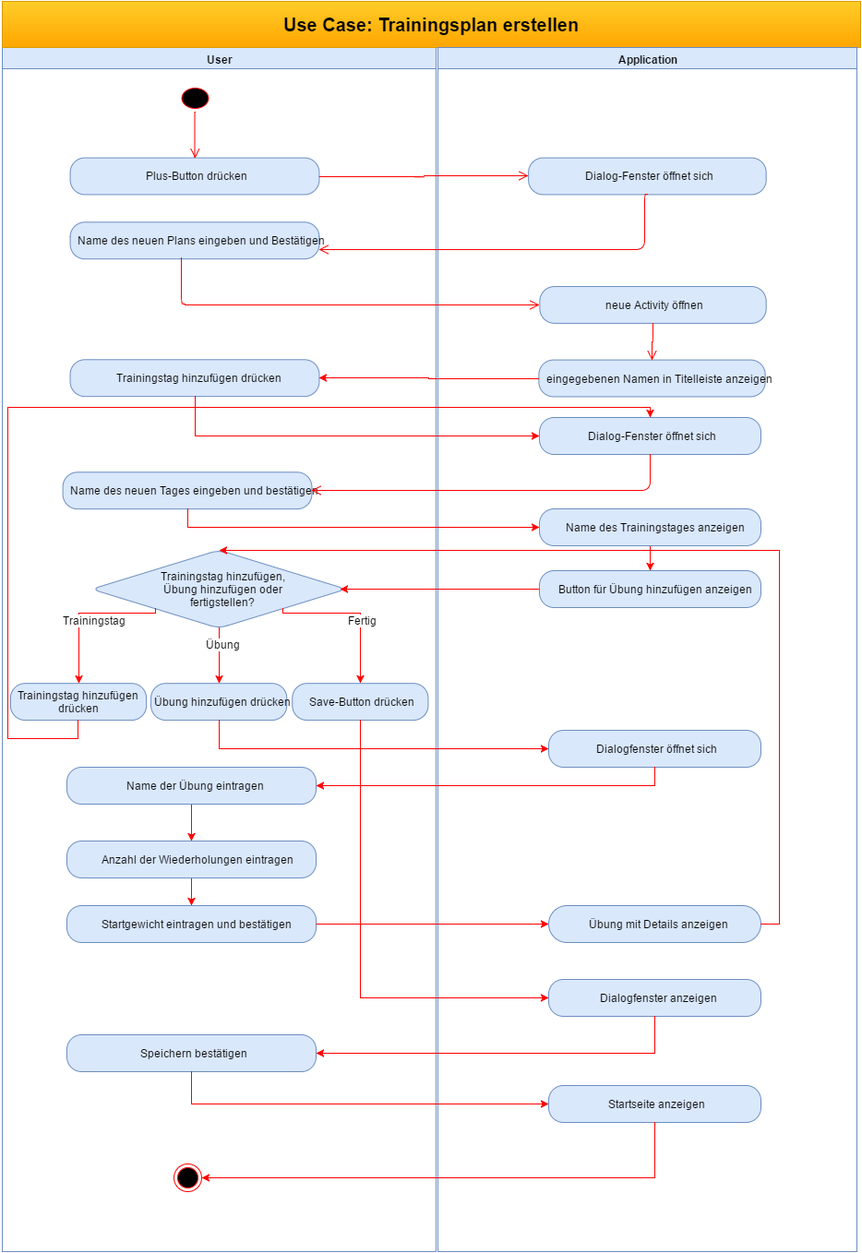
The draw.io diagram UCDs/Use Case-Trainingsplan erstellen.png in MH0896/MuM-s-Fit, before a commit. Source tidied: cells renumbered, new cells last; positions are measured from the earlier drawing's top-left corner, leaving out a move shared by most shapes.
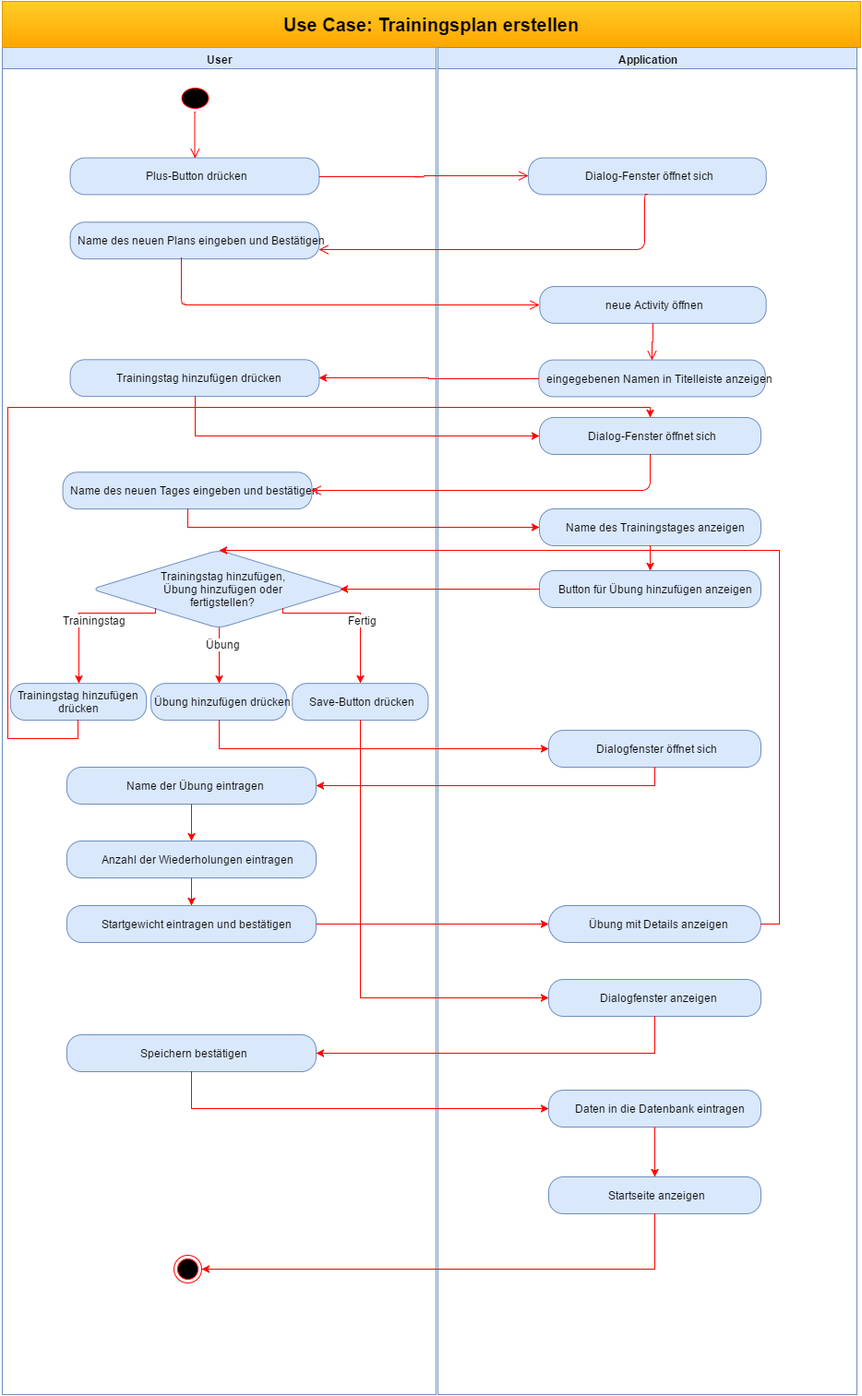
The same diagram one commit later.

The edit, as a diff of the source:
```diff
@@ -3,13 +3,13 @@
     <mxCell id="0" style="html=1;" />
     <mxCell id="1" style="html=1;" parent="0" />
     <mxCell id="2" style="group;align=center;noLabel=1;fontColor=none;" parent="1" vertex="1">
-      <mxGeometry width="930" height="1355" as="geometry" />
+      <mxGeometry width="930" height="1510" as="geometry" />
     </mxCell>
     <mxCell id="3" style="group;" parent="2" vertex="1">
-      <mxGeometry width="930" height="1355" as="geometry" />
+      <mxGeometry width="930" height="1510" as="geometry" />
     </mxCell>
     <mxCell id="4" value="User" style="swimlane;whiteSpace=wrap;html=1;fillColor=#dae8fc;strokeColor=#6c8ebf;" parent="3" vertex="1">
-      <mxGeometry y="50" width="470" height="1305" as="geometry" />
+      <mxGeometry y="50" width="470" height="1460" as="geometry" />
     </mxCell>
     <mxCell id="5" style="ellipse;shape=startState;fillColor=#000000;strokeColor=#ff0000;html=1;" parent="4" vertex="1">
       <mxGeometry x="190.1" y="39.9" width="36.8" height="29.9" as="geometry" />
@@ -75,26 +75,26 @@
     <mxCell id="20" value="Name des neuen Tages eingeben und bestätigen" style="rounded=1;whiteSpace=wrap;html=1;arcSize=40;fillColor=#dae8fc;strokeColor=#6c8ebf;" parent="4" vertex="1">
       <mxGeometry x="65.6" y="460.3" width="269.8" height="39.9" as="geometry" />
     </mxCell>
+    <mxCell id="22" value="Name der Übung eintragen" style="rounded=1;whiteSpace=wrap;html=1;arcSize=40;fillColor=#dae8fc;strokeColor=#6c8ebf;labelBackgroundColor=none;fontColor=none;align=center;" parent="4" vertex="1">
+      <mxGeometry x="70" y="780" width="270" height="40" as="geometry" />
+    </mxCell>
+    <mxCell id="24" value="Anzahl der Wiederholungen eintragen" style="rounded=1;whiteSpace=wrap;html=1;arcSize=40;fillColor=#dae8fc;strokeColor=#6c8ebf;labelBackgroundColor=none;fontColor=none;align=center;" parent="4" vertex="1">
+      <mxGeometry x="70" y="860" width="270" height="40" as="geometry" />
+    </mxCell>
     <mxCell id="21" style="edgeStyle=orthogonalEdgeStyle;rounded=0;html=1;exitX=0.5;exitY=1;entryX=0.5;entryY=0;jettySize=auto;strokeColor=#FF0000;fontColor=none;" parent="4" edge="1" source="22" target="24">
       <mxGeometry relative="1" as="geometry" />
     </mxCell>
-    <mxCell id="22" value="Name der Übung eintragen" style="rounded=1;whiteSpace=wrap;html=1;arcSize=40;fillColor=#dae8fc;strokeColor=#6c8ebf;labelBackgroundColor=none;fontColor=none;align=center;" parent="4" vertex="1">
-      <mxGeometry x="70" y="780" width="270" height="40" as="geometry" />
-    </mxCell>
+    <mxCell id="25" value="Startgewicht eintragen und bestätigen" style="rounded=1;whiteSpace=wrap;html=1;arcSize=40;fillColor=#dae8fc;strokeColor=#6c8ebf;labelBackgroundColor=none;fontColor=none;align=center;" parent="4" vertex="1">
+      <mxGeometry x="70" y="930" width="270" height="40" as="geometry" />
+    </mxCell>
     <mxCell id="23" style="edgeStyle=orthogonalEdgeStyle;rounded=0;html=1;exitX=0.5;exitY=1;entryX=0.5;entryY=0;jettySize=auto;strokeColor=#FF0000;fontColor=none;" parent="4" edge="1" source="24" target="25">
       <mxGeometry relative="1" as="geometry" />
     </mxCell>
-    <mxCell id="24" value="Anzahl der Wiederholungen eintragen" style="rounded=1;whiteSpace=wrap;html=1;arcSize=40;fillColor=#dae8fc;strokeColor=#6c8ebf;labelBackgroundColor=none;fontColor=none;align=center;" parent="4" vertex="1">
-      <mxGeometry x="70" y="860" width="270" height="40" as="geometry" />
-    </mxCell>
-    <mxCell id="25" value="Startgewicht eintragen und bestätigen" style="rounded=1;whiteSpace=wrap;html=1;arcSize=40;fillColor=#dae8fc;strokeColor=#6c8ebf;labelBackgroundColor=none;fontColor=none;align=center;" parent="4" vertex="1">
-      <mxGeometry x="70" y="930" width="270" height="40" as="geometry" />
-    </mxCell>
     <mxCell id="26" value="Speichern bestätigen" style="rounded=1;whiteSpace=wrap;html=1;arcSize=40;fillColor=#dae8fc;strokeColor=#6c8ebf;labelBackgroundColor=none;fontColor=none;align=center;" parent="4" vertex="1">
       <mxGeometry x="70" y="1070" width="270" height="40" as="geometry" />
     </mxCell>
     <mxCell id="27" style="ellipse;html=1;shape=endState;fillColor=#000000;strokeColor=#ff0000;rounded=1;labelBackgroundColor=none;fontColor=none;align=center;" parent="4" vertex="1">
-      <mxGeometry x="186" y="1210" width="30" height="30" as="geometry" />
+      <mxGeometry x="186" y="1309" width="30" height="30" as="geometry" />
     </mxCell>
     <mxCell id="28" value="&lt;b&gt;&lt;font style=&quot;font-size: 20px&quot;&gt;Use Case: Trainingsplan erstellen&lt;/font&gt;&lt;/b&gt;" style="html=1;fillColor=#ffcd28;strokeColor=#d79b00;gradientColor=#ffa500;" parent="3" vertex="1">
       <mxGeometry width="930" height="50" as="geometry" />
@@ -106,7 +106,7 @@
       <mxGeometry relative="1" as="geometry" />
     </mxCell>
     <mxCell id="31" value="Application" style="swimlane;whiteSpace=wrap;html=1;fillColor=#dae8fc;strokeColor=#6c8ebf;textDirection=ltr;" parent="1" vertex="1">
-      <mxGeometry x="472" y="50" width="454" height="1305" as="geometry" />
+      <mxGeometry x="472" y="50" width="454" height="1460" as="geometry" />
     </mxCell>
     <mxCell id="32" value="Dialog-Fenster öffnet sich" style="rounded=1;whiteSpace=wrap;html=1;arcSize=40;fillColor=#dae8fc;strokeColor=#6c8ebf;" parent="31" vertex="1">
       <mxGeometry x="98.1" y="119.6" width="257.6" height="39.9" as="geometry" />
@@ -117,15 +117,15 @@
     <mxCell id="34" value="Dialog-Fenster öffnet sich" style="rounded=1;whiteSpace=wrap;html=1;arcSize=40;fillColor=#dae8fc;strokeColor=#6c8ebf;labelBackgroundColor=none;fontColor=none;align=center;" parent="31" vertex="1">
       <mxGeometry x="110" y="401" width="240" height="40" as="geometry" />
     </mxCell>
-    <mxCell id="35" style="edgeStyle=orthogonalEdgeStyle;rounded=0;html=1;exitX=0.5;exitY=1;jettySize=auto;strokeColor=#FF0000;fontColor=none;" parent="31" edge="1" source="36" target="37">
-      <mxGeometry relative="1" as="geometry" />
-    </mxCell>
     <mxCell id="36" value="Name des Trainingstages anzeigen" style="rounded=1;whiteSpace=wrap;html=1;arcSize=40;fillColor=#dae8fc;strokeColor=#6c8ebf;labelBackgroundColor=none;fontColor=none;align=center;" parent="31" vertex="1">
       <mxGeometry x="110" y="500" width="240" height="40" as="geometry" />
     </mxCell>
     <mxCell id="37" value="Button für Übung hinzufügen anzeigen" style="rounded=1;whiteSpace=wrap;html=1;arcSize=40;fillColor=#dae8fc;strokeColor=#6c8ebf;labelBackgroundColor=none;fontColor=none;align=center;" parent="31" vertex="1">
       <mxGeometry x="110" y="567" width="240" height="40" as="geometry" />
     </mxCell>
+    <mxCell id="35" style="edgeStyle=orthogonalEdgeStyle;rounded=0;html=1;exitX=0.5;exitY=1;jettySize=auto;strokeColor=#FF0000;fontColor=none;" parent="31" edge="1" source="36" target="37">
+      <mxGeometry relative="1" as="geometry" />
+    </mxCell>
     <mxCell id="38" value="Dialogfenster öffnet sich" style="rounded=1;whiteSpace=wrap;html=1;arcSize=40;fillColor=#dae8fc;strokeColor=#6c8ebf;labelBackgroundColor=none;fontColor=none;align=center;" parent="31" vertex="1">
       <mxGeometry x="120" y="740" width="230" height="40" as="geometry" />
     </mxCell>
@@ -136,8 +136,14 @@
       <mxGeometry x="120" y="1010" width="230" height="40" as="geometry" />
     </mxCell>
     <mxCell id="41" value="Startseite anzeigen" style="rounded=1;whiteSpace=wrap;html=1;arcSize=40;fillColor=#dae8fc;strokeColor=#6c8ebf;labelBackgroundColor=none;fontColor=none;align=center;" parent="31" vertex="1">
-      <mxGeometry x="120" y="1125" width="230" height="40" as="geometry" />
+      <mxGeometry x="120" y="1224" width="230" height="40" as="geometry" />
     </mxCell>
+    <mxCell id="59" value="Daten in die Datenbank eintragen" style="rounded=1;whiteSpace=wrap;html=1;arcSize=40;fillColor=#dae8fc;strokeColor=#6c8ebf;labelBackgroundColor=none;fontColor=none;align=center;" parent="31" vertex="1">
+      <mxGeometry x="120" y="1130" width="230" height="40" as="geometry" />
+    </mxCell>
+    <mxCell id="60" style="edgeStyle=none;rounded=0;html=1;exitX=0.5;exitY=1;entryX=0.5;entryY=0;jettySize=auto;strokeColor=#FF0000;fontColor=none;" parent="31" edge="1" source="59" target="41">
+      <mxGeometry relative="1" as="geometry" />
+    </mxCell>
     <mxCell id="42" style="edgeStyle=orthogonalEdgeStyle;html=1;verticalAlign=bottom;endArrow=open;endSize=8;strokeColor=#ff0000;entryX=0;entryY=0.5;" parent="1" edge="1" source="7" target="32">
       <mxGeometry relative="1" as="geometry" />
     </mxCell>
@@ -210,11 +216,15 @@
     <mxCell id="56" style="edgeStyle=orthogonalEdgeStyle;rounded=0;html=1;exitX=0.5;exitY=1;entryX=1;entryY=0.5;jettySize=auto;strokeColor=#FF0000;fontColor=none;" parent="1" edge="1" source="40" target="26">
       <mxGeometry relative="1" as="geometry" />
     </mxCell>
-    <mxCell id="57" style="edgeStyle=orthogonalEdgeStyle;rounded=0;html=1;exitX=0.5;exitY=1;entryX=0;entryY=0.5;jettySize=auto;strokeColor=#FF0000;fontColor=none;" parent="1" edge="1" source="26" target="41">
-      <mxGeometry relative="1" as="geometry" />
-    </mxCell>
     <mxCell id="58" style="edgeStyle=orthogonalEdgeStyle;rounded=0;html=1;exitX=0.5;exitY=1;entryX=1;entryY=0.5;jettySize=auto;strokeColor=#FF0000;fontColor=none;" parent="1" edge="1" source="41" target="27">
       <mxGeometry relative="1" as="geometry" />
     </mxCell>
+    <mxCell id="61" style="edgeStyle=none;rounded=0;html=1;exitX=0.5;exitY=1;entryX=0;entryY=0.5;jettySize=auto;strokeColor=#FF0000;fontColor=none;fillColor=#f8cecc;" parent="1" edge="1" source="26" target="59">
+      <mxGeometry relative="1" as="geometry">
+        <Array as="points">
+          <mxPoint x="205" y="1200" />
+        </Array>
+      </mxGeometry>
+    </mxCell>
   </root>
 </mxGraphModel>
```
